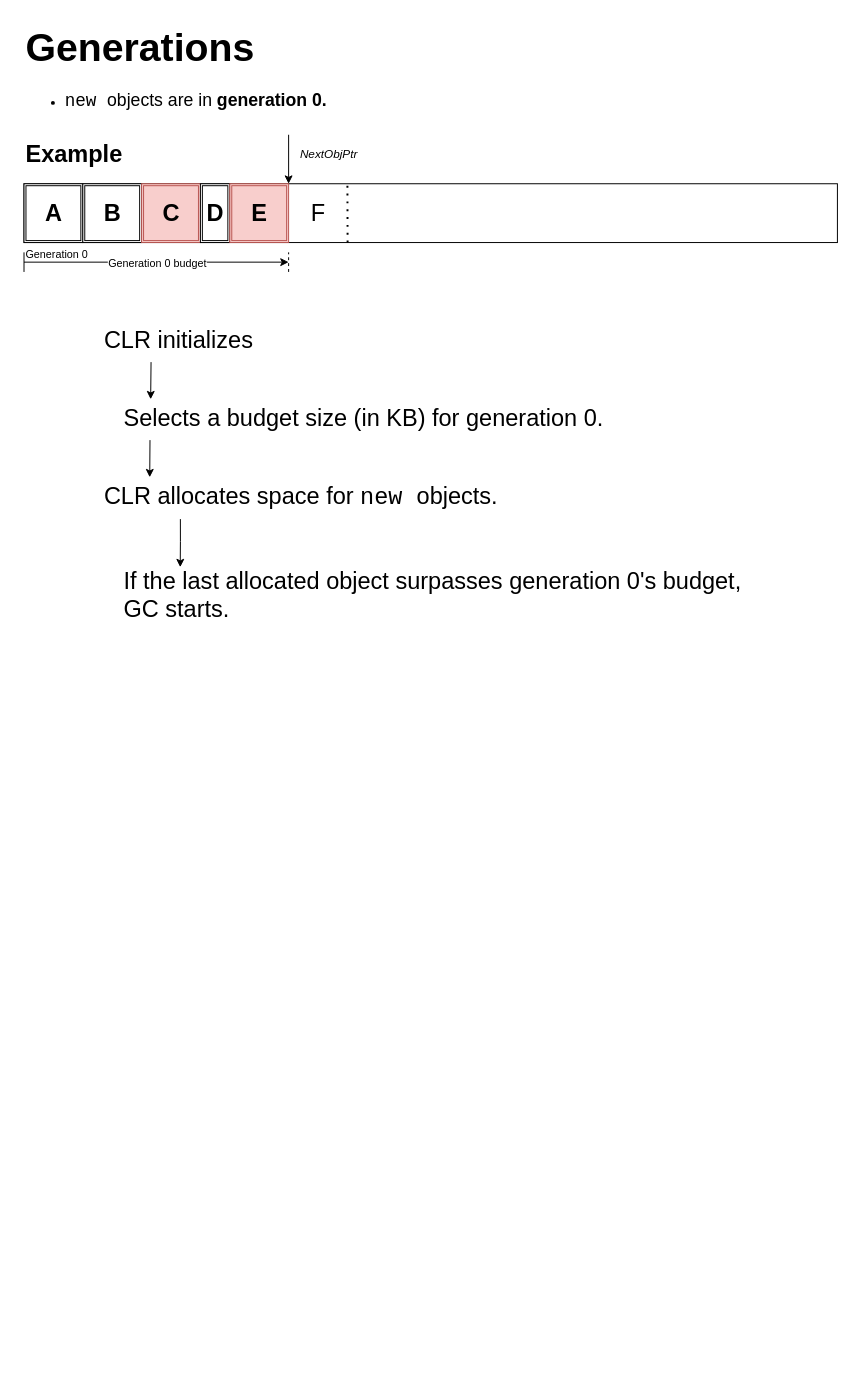
The draw.io diagram GarbageCollectionBasics/Garbage_Colletor_Generations.drawio in Aren-Step/CSharpBasics, before the edit. Source tidied: cells renumbered, new cells numbered last; positions are measured from the earlier drawing's top-left corner, leaving out a move shared by most shapes. Both pictures are drawn from the tidied source at 98%, with x=0, y=0 at pixel (24, 17).
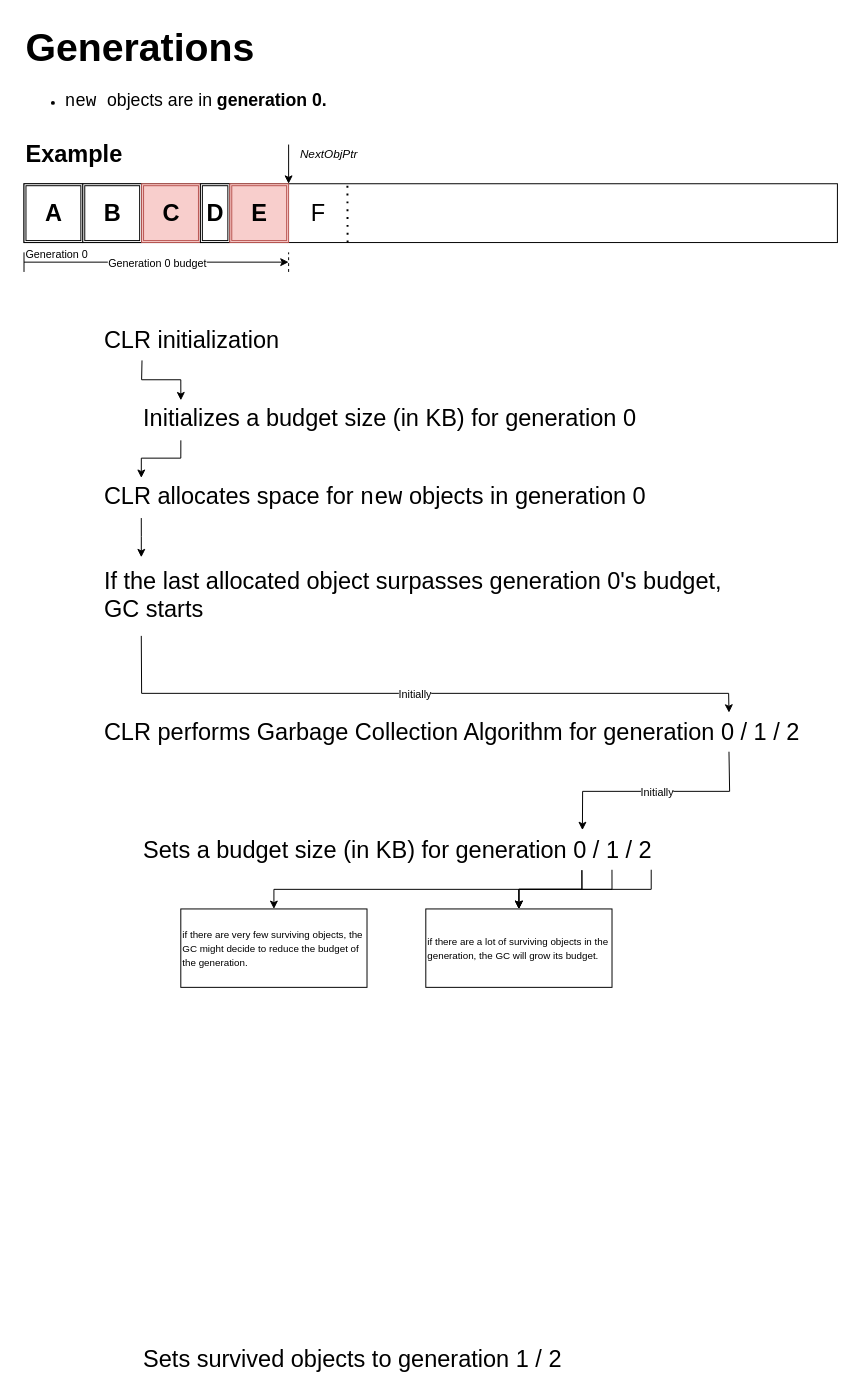
Above is the later version.

The change refers to these unchanged cells:
```xml
<mxCell id="17" value="&lt;div&gt;F&lt;/div&gt;" style="text;strokeColor=none;fillColor=none;html=1;fontSize=24;fontStyle=0;verticalAlign=middle;align=center;" parent="1" vertex="1">
  <mxGeometry x="270" y="170" width="60" height="60" as="geometry" />
</mxCell>
```

Change to the diagram source:
```diff
@@
     <mxCell id="18" style="endArrow=classic;html=1;rounded=0;entryX=0;entryY=0;entryDx=0;entryDy=0;" parent="1" edge="1" target="17">
       <mxGeometry relative="1" as="geometry">
-        <mxPoint x="270" y="120" as="sourcePoint" />
+        <mxPoint x="270" y="130" as="sourcePoint" />
       </mxGeometry>
     </mxCell>
@@
-    <mxCell id="25" style="edgeStyle=orthogonalEdgeStyle;rounded=0;jettySize=auto;html=1;exitX=0.073;exitY=1.05;exitDx=0;exitDy=0;entryX=0.043;entryY=-0.002;entryDx=0;entryDy=0;exitPerimeter=0;entryPerimeter=0;" parent="1" edge="1" source="26" target="27">
-      <mxGeometry relative="1" as="geometry" />
-    </mxCell>
-    <mxCell id="26" value="CLR initializes" style="text;strokeColor=none;fillColor=none;html=1;fontSize=24;fontStyle=0;verticalAlign=middle;align=left;" parent="1" vertex="1">
-      <mxGeometry x="80" y="310" width="680" height="40" as="geometry" />
+    <mxCell id="26" value="CLR initialization" style="text;strokeColor=none;fillColor=none;html=1;fontSize=24;fontStyle=0;verticalAlign=middle;align=left;" parent="1" vertex="1">
+      <mxGeometry x="80" y="310" width="200" height="40" as="geometry" />
     </mxCell>
+    <mxCell id="32" style="edgeStyle=orthogonalEdgeStyle;rounded=0;jettySize=auto;html=1;entryX=0.5;entryY=0;entryDx=0;entryDy=0;exitX=0.864;exitY=1.011;exitDx=0;exitDy=0;exitPerimeter=0;" parent="1" edge="1" source="27" target="36">
+      <mxGeometry relative="1" as="geometry" />
+    </mxCell>
-    <mxCell id="27" value="Selects a budget size (in KB) for generation 0." style="text;strokeColor=none;fillColor=none;html=1;fontSize=24;fontStyle=0;verticalAlign=middle;align=left;" parent="1" vertex="1">
-      <mxGeometry x="100" y="390" width="680" height="40" as="geometry" />
+    <mxCell id="27" value="Sets a budget size (in KB) for generation 0 / 1 / 2" style="text;strokeColor=none;fillColor=none;html=1;fontSize=24;fontStyle=0;verticalAlign=middle;align=left;" parent="1" vertex="1">
+      <mxGeometry x="120" y="830" width="520" height="40" as="geometry" />
     </mxCell>
-    <mxCell id="28" value="CLR allocates space for &lt;font face=&quot;Courier New&quot;&gt;new &lt;/font&gt;&lt;font face=&quot;Helvetica&quot;&gt;objects.&lt;/font&gt;" style="text;strokeColor=none;fillColor=none;html=1;fontSize=24;fontStyle=0;verticalAlign=middle;align=left;" parent="1" vertex="1">
-      <mxGeometry x="80" y="470" width="680" height="40" as="geometry" />
+    <mxCell id="28" value="CLR allocates space for &lt;font face=&quot;Courier New&quot;&gt;new&lt;/font&gt;&lt;font face=&quot;Helvetica&quot;&gt; objects in generation 0&lt;/font&gt;" style="text;strokeColor=none;fillColor=none;html=1;fontSize=24;fontStyle=0;verticalAlign=middle;align=left;" parent="1" vertex="1">
+      <mxGeometry x="80" y="470" width="640" height="40" as="geometry" />
     </mxCell>
-    <mxCell id="29" style="edgeStyle=orthogonalEdgeStyle;rounded=0;jettySize=auto;html=1;exitX=0.042;exitY=1.04;exitDx=0;exitDy=0;entryX=0.071;entryY=-0.012;entryDx=0;entryDy=0;entryPerimeter=0;exitPerimeter=0;" parent="1" edge="1" source="27" target="28">
-      <mxGeometry relative="1" as="geometry" />
-    </mxCell>
-    <mxCell id="30" value="If the last allocated object surpasses generation 0's budget, GC starts." style="text;strokeColor=none;fillColor=none;html=1;fontSize=24;fontStyle=0;verticalAlign=middle;align=left;whiteSpace=wrap;" parent="1" vertex="1">
-      <mxGeometry x="100" y="560" width="660" height="60" as="geometry" />
+    <mxCell id="30" value="&lt;div&gt;If the last allocated object surpasses generation 0's budget,&amp;nbsp;&lt;/div&gt;&lt;div&gt;GC starts&lt;/div&gt;" style="text;strokeColor=none;fillColor=none;html=1;fontSize=24;fontStyle=0;verticalAlign=middle;align=left;" parent="1" vertex="1">
+      <mxGeometry x="80" y="550" width="640" height="80" as="geometry" />
     </mxCell>
+    <mxCell id="33" value="CLR performs Garbage Collection Algorithm for generation 0 / 1 / 2" style="text;strokeColor=none;fillColor=none;html=1;fontSize=24;fontStyle=0;verticalAlign=middle;align=left;" parent="1" vertex="1">
+      <mxGeometry x="80" y="710" width="720" height="40" as="geometry" />
+    </mxCell>
+    <mxCell id="34" value="Sets survived objects to generation 1 / 2" style="text;strokeColor=none;fillColor=none;html=1;fontSize=24;fontStyle=0;verticalAlign=middle;align=left;" parent="1" vertex="1">
+      <mxGeometry x="120" y="1350" width="440" height="40" as="geometry" />
+    </mxCell>
+    <mxCell id="35" style="endArrow=classic;html=1;rounded=0;exitX=0.202;exitY=1.007;exitDx=0;exitDy=0;entryX=0.077;entryY=0.025;entryDx=0;entryDy=0;exitPerimeter=0;entryPerimeter=0;" parent="1" edge="1" source="26" target="39">
+      <mxGeometry relative="1" as="geometry">
+        <Array as="points">
+          <mxPoint x="120" y="370" />
+          <mxPoint x="160" y="370" />
+        </Array>
+      </mxGeometry>
+    </mxCell>
+    <mxCell id="36" value="&lt;div&gt;&lt;font size=&quot;1&quot;&gt;if there are very few surviving objects, the GC might decide to reduce the budget of the generation.&lt;/font&gt;&lt;/div&gt;" style="whiteSpace=wrap;html=1;verticalAlign=middle;align=left;" parent="1" vertex="1">
+      <mxGeometry x="160" y="910" width="190" height="80" as="geometry" />
+    </mxCell>
+    <mxCell id="37" value="&lt;div&gt;&lt;font size=&quot;1&quot;&gt;if there are a lot of surviving objects in the generation, the GC will grow its budget.&lt;/font&gt;&lt;/div&gt;" style="whiteSpace=wrap;html=1;verticalAlign=middle;align=left;" parent="1" vertex="1">
+      <mxGeometry x="410" y="910" width="190" height="80" as="geometry" />
+    </mxCell>
+    <mxCell id="38" style="edgeStyle=orthogonalEdgeStyle;rounded=0;jettySize=auto;html=1;exitX=0.077;exitY=1.046;exitDx=0;exitDy=0;entryX=0.062;entryY=0.003;entryDx=0;entryDy=0;exitPerimeter=0;entryPerimeter=0;" parent="1" edge="1" source="39" target="28">
+      <mxGeometry relative="1" as="geometry" />
+    </mxCell>
+    <mxCell id="39" value="Initializes a budget size (in KB) for generation 0" style="text;strokeColor=none;fillColor=none;html=1;fontSize=24;fontStyle=0;verticalAlign=middle;align=left;" parent="1" vertex="1">
+      <mxGeometry x="120" y="390" width="520" height="40" as="geometry" />
+    </mxCell>
-    <mxCell id="31" style="edgeStyle=orthogonalEdgeStyle;rounded=0;jettySize=auto;html=1;exitX=0.117;exitY=1.055;exitDx=0;exitDy=0;entryX=0.09;entryY=0.021;entryDx=0;entryDy=0;entryPerimeter=0;exitPerimeter=0;" parent="1" edge="1" source="28" target="30">
+    <mxCell id="31" style="edgeStyle=orthogonalEdgeStyle;rounded=0;jettySize=auto;html=1;exitX=0.062;exitY=1.028;exitDx=0;exitDy=0;exitPerimeter=0;entryX=0.062;entryY=0.014;entryDx=0;entryDy=0;entryPerimeter=0;" parent="1" edge="1" source="28" target="30">
       <mxGeometry relative="1" as="geometry" />
     </mxCell>
+    <mxCell id="40" style="endArrow=classic;html=1;rounded=0;exitX=0.062;exitY=1.017;exitDx=0;exitDy=0;exitPerimeter=0;entryX=0.888;entryY=-0.008;entryDx=0;entryDy=0;entryPerimeter=0;" parent="1" edge="1" source="30" target="33">
+      <mxGeometry relative="1" as="geometry">
+        <Array as="points">
+          <mxPoint x="120" y="690" />
+          <mxPoint x="719" y="690" />
+        </Array>
+      </mxGeometry>
+    </mxCell>
+    <mxCell id="41" value="Initially" style="edgeLabel;html=1;align=center;verticalAlign=middle;" parent="40" vertex="1">
+      <mxGeometry x="0.6" relative="1" as="geometry">
+        <mxPoint x="-205" as="offset" />
+      </mxGeometry>
+    </mxCell>
+    <mxCell id="42" style="endArrow=classic;html=1;rounded=0;exitX=0.888;exitY=0.989;exitDx=0;exitDy=0;exitPerimeter=0;entryX=0.865;entryY=-0.011;entryDx=0;entryDy=0;entryPerimeter=0;" parent="1" edge="1" source="33" target="27">
+      <mxGeometry relative="1" as="geometry">
+        <Array as="points">
+          <mxPoint x="720" y="790" />
+          <mxPoint x="570" y="790" />
+        </Array>
+      </mxGeometry>
+    </mxCell>
+    <mxCell id="43" value="Initially" style="edgeLabel;html=1;align=center;verticalAlign=middle;" parent="42" vertex="1">
+      <mxGeometry relative="1" as="geometry" />
+    </mxCell>
+    <mxCell id="44" style="edgeStyle=orthogonalEdgeStyle;rounded=0;jettySize=auto;html=1;entryX=0.5;entryY=0;entryDx=0;entryDy=0;exitX=0.864;exitY=1.011;exitDx=0;exitDy=0;exitPerimeter=0;" parent="1" edge="1" source="27" target="37">
+      <mxGeometry relative="1" as="geometry" />
+    </mxCell>
+    <mxCell id="45" style="edgeStyle=orthogonalEdgeStyle;rounded=0;jettySize=auto;html=1;entryX=0.5;entryY=0;entryDx=0;entryDy=0;exitX=0.923;exitY=1.001;exitDx=0;exitDy=0;exitPerimeter=0;" parent="1" edge="1" source="27" target="37">
+      <mxGeometry relative="1" as="geometry" />
+    </mxCell>
+    <mxCell id="46" style="edgeStyle=orthogonalEdgeStyle;rounded=0;jettySize=auto;html=1;entryX=0.5;entryY=0;entryDx=0;entryDy=0;exitX=1;exitY=1;exitDx=0;exitDy=0;" parent="1" edge="1" source="27" target="37">
+      <mxGeometry relative="1" as="geometry" />
+    </mxCell>
```
